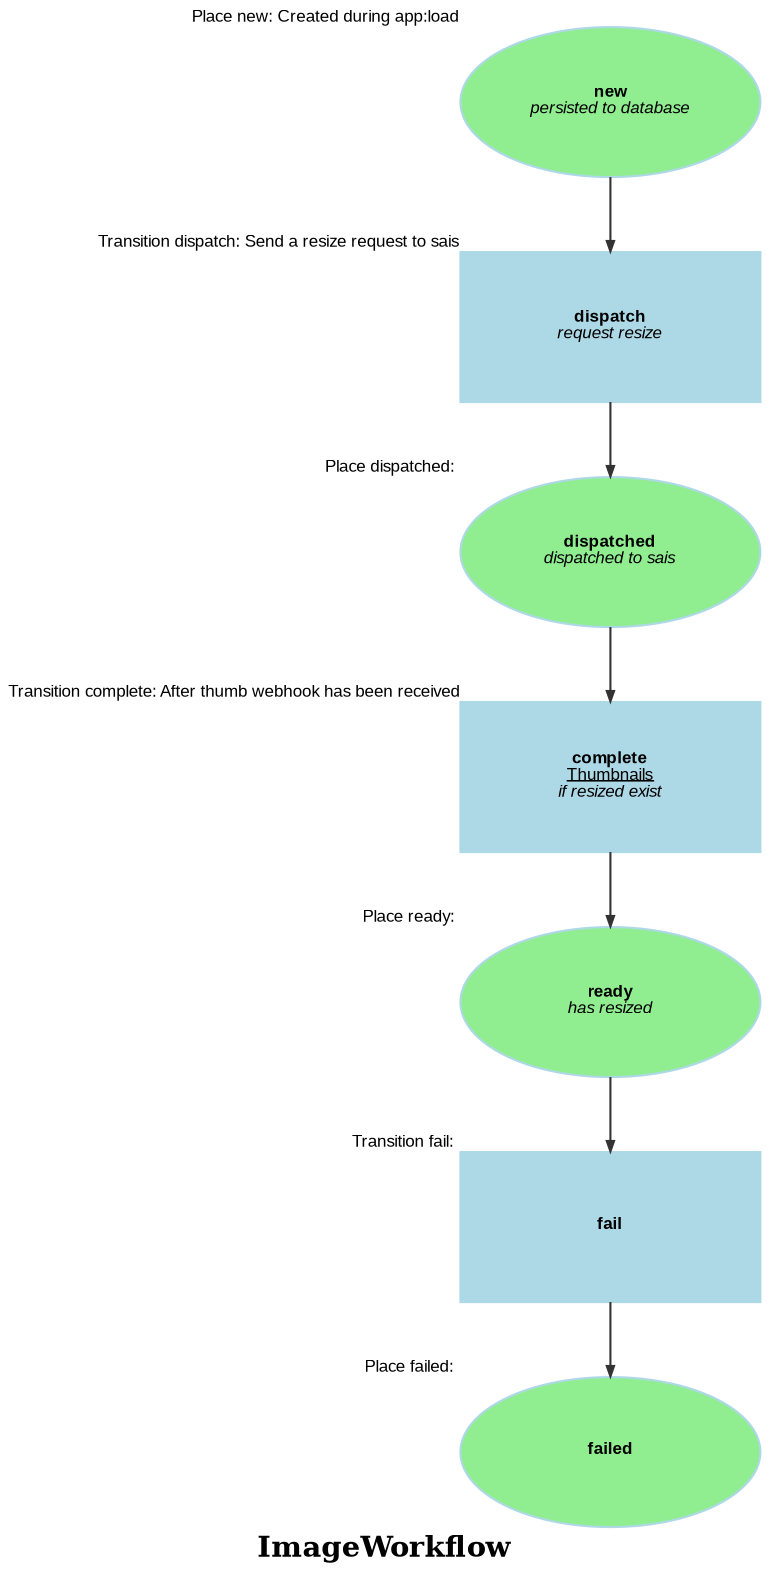
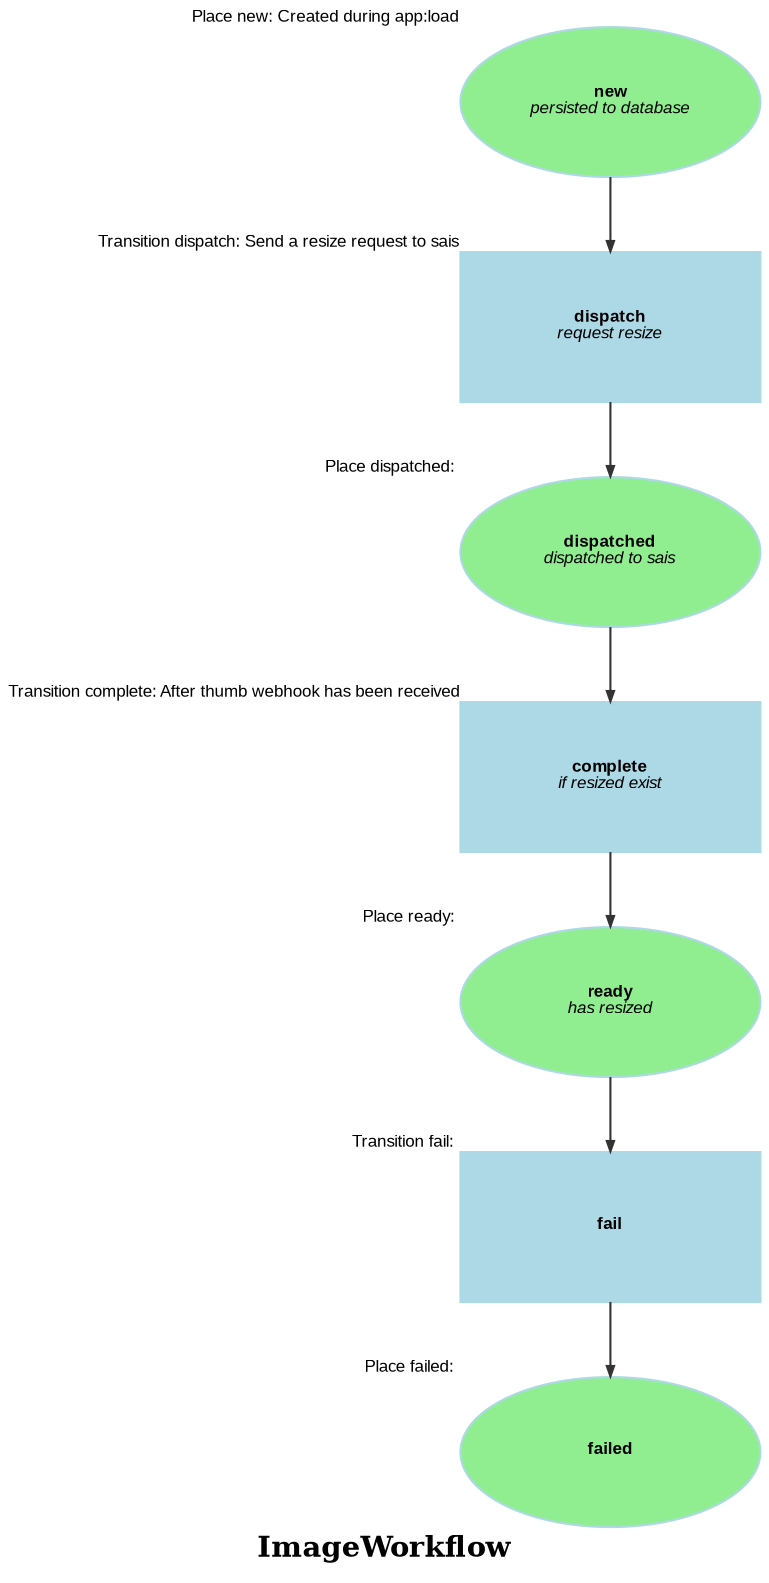
digraph workflow {
  ratio="compress" rankdir="TB" label=<<B>ImageWorkflow</B>>
  node [fontsize="8" fontname="Arial" color="lightBlue" style="filled" fixedsize="false" width="2" height="1"];
  edge [fontsize="7" fontname="Arial" color="#333333" arrowhead="normal" arrowsize="0.5"];

  place_new [label=<<B>new</B><BR/><I>persisted to database</I>>, shape=oval fillcolor="lightgreen" style="filled" xlabel="Place new: Created during app:load"];
  place_dispatched [label=<<B>dispatched</B><BR/><I>dispatched to sais</I>>, shape=oval fillcolor="lightgreen" style="filled" xlabel="Place dispatched: "];
  place_ready [label=<<B>ready</B><BR/><I>has resized</I>>, shape=oval fillcolor="lightgreen" style="filled" xlabel="Place ready: "];
  place_failed [label=<<B>failed</B>>, shape=oval fillcolor="lightgreen" style="filled" xlabel="Place failed: "];
  transition_dispatch [label=<<B>dispatch</B><BR/><I>request resize</I>>, shape="box" regular="" xlabel="Transition dispatch: Send a resize request to sais"];
-   transition_complete [label=<<B>complete</B><BR/><U>Thumbnails</U><BR/><I>if resized exist</I>>, shape="box" regular="" xlabel="Transition complete: After thumb webhook has been received"];
+   transition_complete [label=<<B>complete</B><BR/><I>if resized exist</I>>, shape="box" regular="" xlabel="Transition complete: After thumb webhook has been received"];
  transition_fail [label=<<B>fail</B>>, shape="box" regular="" xlabel="Transition fail: "];
  place_new -> transition_dispatch [style="solid", comment="new"];
  transition_dispatch -> place_dispatched [style="solid"];
  place_dispatched -> transition_complete [style="solid", comment="dispatched"];
  transition_complete -> place_ready [style="solid"];
  place_ready -> transition_fail [style="solid", comment="ready"];
  transition_fail -> place_failed [style="solid"];
}
